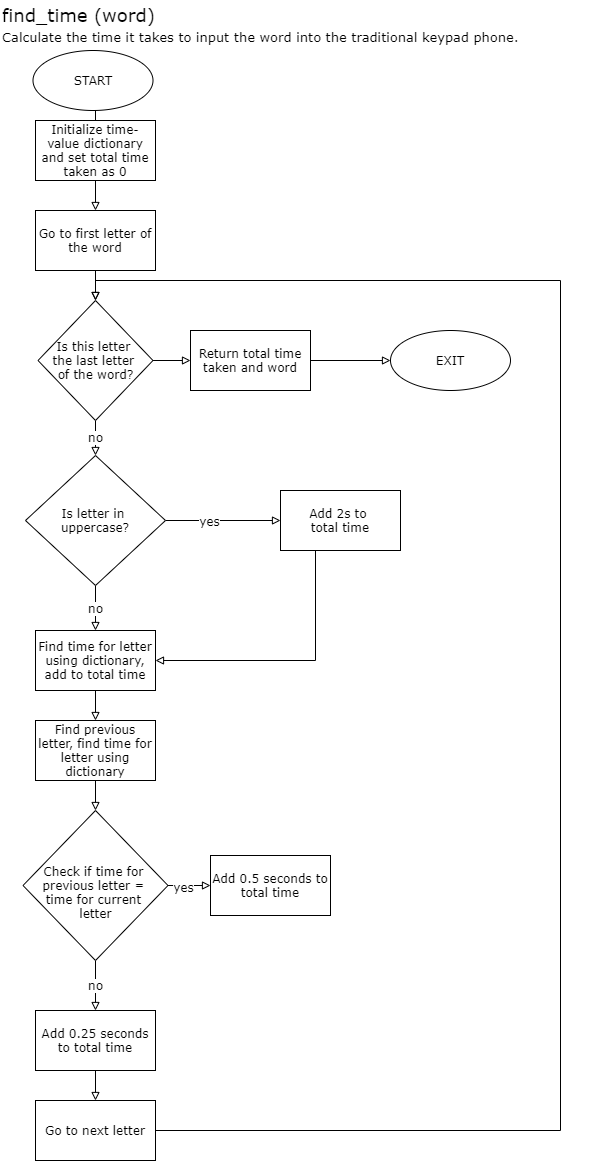
Above: P1/flowchart.drawio.png in prachee-n16/Waterloo-Engineering-Competition-Programming-Category (draw.io), before the change. Source tidied: cells renumbered, new cells last; positions are measured from the earlier drawing's top-left corner, leaving out a move shared by most shapes.
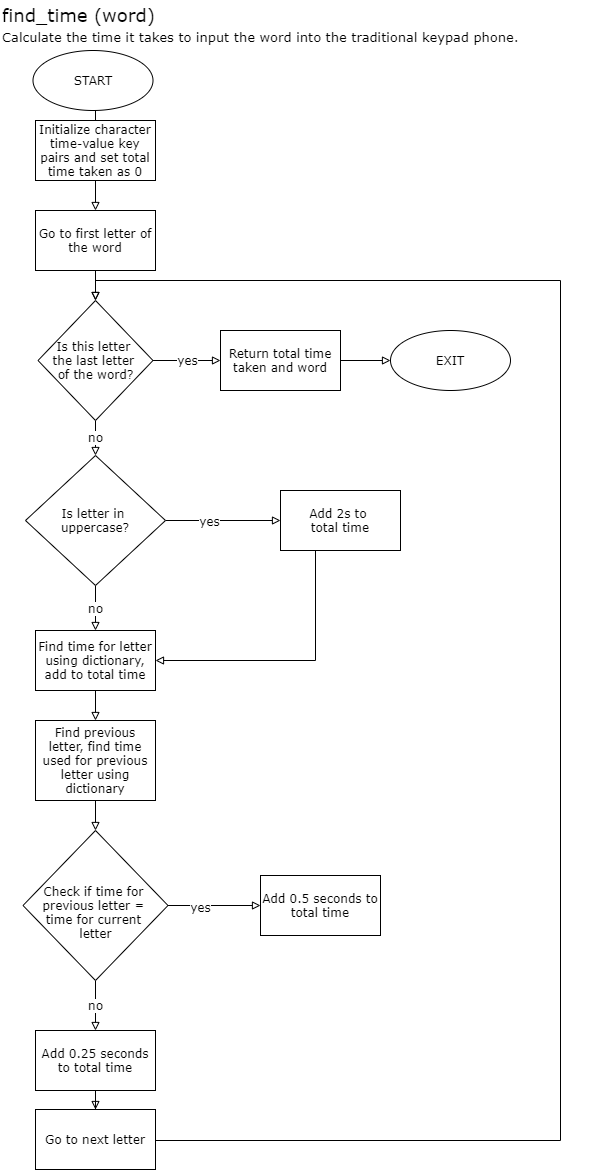
After the commit.

Commit message:
Define parts of flowchart better

The edit, as a diff of the source:
```diff
@@ -39,8 +39,8 @@
     <mxCell id="12" style="edgeStyle=orthogonalEdgeStyle;rounded=0;jettySize=auto;html=1;fontFamily=Verdana;fontSize=12;endArrow=block;endFill=0;" parent="1" edge="1" source="13" target="17">
       <mxGeometry relative="1" as="geometry" />
     </mxCell>
-    <mxCell id="13" value="Find previous letter, find time for letter using dictionary" style="whiteSpace=wrap;html=1;fontFamily=Verdana;" parent="1" vertex="1">
-      <mxGeometry x="35" y="720" width="120" height="60" as="geometry" />
+    <mxCell id="13" value="Find previous letter, find time used for previous letter using dictionary" style="whiteSpace=wrap;html=1;fontFamily=Verdana;" parent="1" vertex="1">
+      <mxGeometry x="35" y="720" width="120" height="80" as="geometry" />
     </mxCell>
     <mxCell id="14" style="edgeStyle=orthogonalEdgeStyle;rounded=0;jettySize=auto;html=1;fontFamily=Verdana;fontSize=12;endArrow=block;endFill=0;" parent="1" edge="1" source="17" target="18">
       <mxGeometry relative="1" as="geometry" />
@@ -52,16 +52,16 @@
       <mxGeometry relative="1" as="geometry" />
     </mxCell>
     <mxCell id="17" value="&lt;br&gt;Check if time for &lt;br&gt;previous letter = &lt;br&gt;time for current &lt;br&gt;letter" style="rhombus;whiteSpace=wrap;html=1;fontFamily=Verdana;" parent="1" vertex="1">
-      <mxGeometry x="22.5" y="810" width="145" height="150" as="geometry" />
+      <mxGeometry x="22.5" y="830" width="145" height="150" as="geometry" />
     </mxCell>
     <mxCell id="18" value="Add 0.5 seconds to total time" style="whiteSpace=wrap;html=1;fontFamily=Verdana;" parent="1" vertex="1">
-      <mxGeometry x="210" y="855" width="120" height="60" as="geometry" />
+      <mxGeometry x="260" y="875" width="120" height="60" as="geometry" />
     </mxCell>
     <mxCell id="19" style="edgeStyle=orthogonalEdgeStyle;rounded=0;jettySize=auto;html=1;fontFamily=Verdana;fontSize=12;endArrow=block;endFill=0;" parent="1" edge="1" source="20" target="30">
       <mxGeometry relative="1" as="geometry" />
     </mxCell>
     <mxCell id="20" value="Add 0.25 seconds to total time" style="whiteSpace=wrap;html=1;fontFamily=Verdana;" parent="1" vertex="1">
-      <mxGeometry x="35" y="1010" width="120" height="60" as="geometry" />
+      <mxGeometry x="35" y="1030" width="120" height="60" as="geometry" />
     </mxCell>
     <mxCell id="21" style="edgeStyle=orthogonalEdgeStyle;rounded=0;jettySize=auto;html=1;fontFamily=Verdana;fontSize=12;endArrow=block;endFill=0;" parent="1" edge="1" source="23" target="25">
       <mxGeometry relative="1" as="geometry" />
@@ -69,7 +69,7 @@
     <mxCell id="22" style="edgeStyle=orthogonalEdgeStyle;rounded=0;jettySize=auto;html=1;fontFamily=Verdana;fontSize=12;endArrow=block;endFill=0;" parent="1" edge="1" source="23" target="34">
       <mxGeometry relative="1" as="geometry" />
     </mxCell>
-    <mxCell id="23" value="Initialize time-value dictionary and set total time taken as 0" style="rounded=0;whiteSpace=wrap;html=1;fontFamily=Verdana;fontSize=12;align=center;" parent="1" vertex="1">
+    <mxCell id="23" value="Initialize character time-value key pairs and set total time taken as 0" style="rounded=0;whiteSpace=wrap;html=1;fontFamily=Verdana;fontSize=12;align=center;" parent="1" vertex="1">
       <mxGeometry x="35" y="120" width="120" height="60" as="geometry" />
     </mxCell>
     <mxCell id="24" style="edgeStyle=orthogonalEdgeStyle;rounded=0;jettySize=auto;html=1;fontFamily=Verdana;fontSize=12;endArrow=block;endFill=0;" parent="1" edge="1" source="25" target="28">
@@ -81,7 +81,7 @@
     <mxCell id="26" value="no" style="edgeStyle=orthogonalEdgeStyle;rounded=0;jettySize=auto;html=1;fontFamily=Verdana;fontSize=12;endArrow=block;endFill=0;" parent="1" edge="1" source="28" target="7">
       <mxGeometry relative="1" as="geometry" />
     </mxCell>
-    <mxCell id="27" style="edgeStyle=orthogonalEdgeStyle;rounded=0;jettySize=auto;html=1;fontFamily=Verdana;fontSize=12;endArrow=block;endFill=0;" parent="1" edge="1" source="28" target="32">
+    <mxCell id="27" value="yes" style="edgeStyle=orthogonalEdgeStyle;rounded=0;jettySize=auto;html=1;fontFamily=Verdana;fontSize=12;endArrow=block;endFill=0;" parent="1" edge="1" source="28" target="32">
       <mxGeometry relative="1" as="geometry" />
     </mxCell>
     <mxCell id="28" value="Is this letter &lt;br&gt;the last letter &lt;br&gt;of the word?" style="rhombus;whiteSpace=wrap;html=1;rounded=0;fontFamily=Verdana;" parent="1" vertex="1">
@@ -90,20 +90,20 @@
     <mxCell id="29" style="edgeStyle=orthogonalEdgeStyle;rounded=0;jettySize=auto;html=1;fontFamily=Verdana;fontSize=12;endArrow=block;endFill=0;entryX=0.5;entryY=0;entryDx=0;entryDy=0;" parent="1" edge="1" source="30" target="28">
       <mxGeometry relative="1" as="geometry">
         <Array as="points">
-          <mxPoint x="560" y="1130" />
+          <mxPoint x="560" y="1140" />
           <mxPoint x="560" y="280" />
           <mxPoint x="95" y="280" />
         </Array>
       </mxGeometry>
     </mxCell>
     <mxCell id="30" value="Go to next letter" style="whiteSpace=wrap;html=1;fontFamily=Verdana;" parent="1" vertex="1">
-      <mxGeometry x="35" y="1100" width="120" height="60" as="geometry" />
+      <mxGeometry x="35" y="1109" width="120" height="60" as="geometry" />
     </mxCell>
     <mxCell id="31" style="edgeStyle=orthogonalEdgeStyle;rounded=0;jettySize=auto;html=1;fontFamily=Verdana;fontSize=12;endArrow=block;endFill=0;" parent="1" edge="1" source="32" target="33">
       <mxGeometry relative="1" as="geometry" />
     </mxCell>
     <mxCell id="32" value="&lt;span&gt;Return total time taken and word&lt;/span&gt;" style="whiteSpace=wrap;html=1;rounded=0;fontFamily=Verdana;" parent="1" vertex="1">
-      <mxGeometry x="190" y="330" width="120" height="60" as="geometry" />
+      <mxGeometry x="220" y="330" width="120" height="60" as="geometry" />
     </mxCell>
     <mxCell id="33" value="EXIT" style="ellipse;whiteSpace=wrap;html=1;rounded=0;fontFamily=Verdana;" parent="1" vertex="1">
       <mxGeometry x="390" y="330" width="120" height="60" as="geometry" />
```
